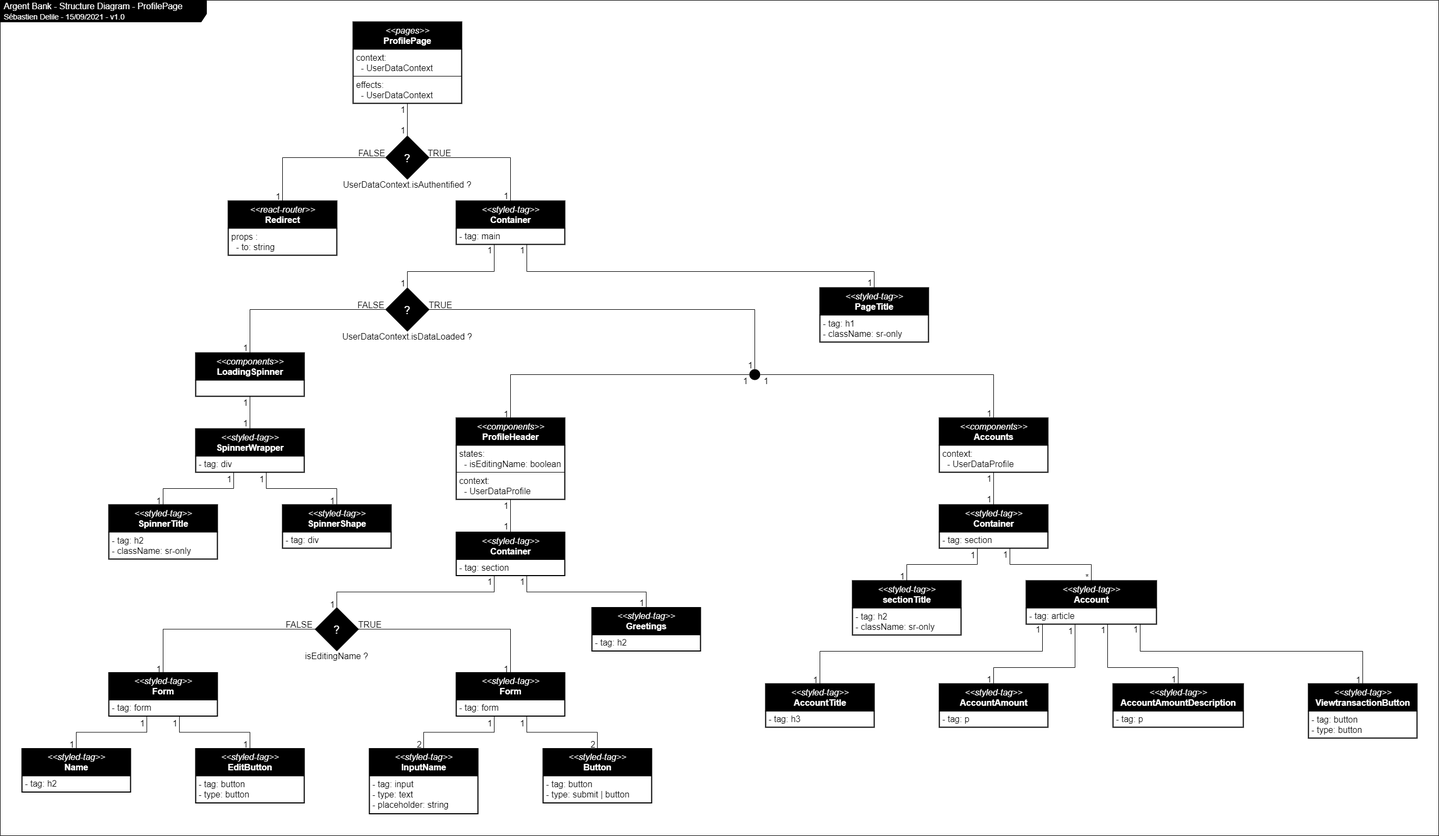
This is specs/argentBank_structure_ProfilePage.drawio.png from SebDelile/SebastienDelile_13_10092021, a draw.io export, as it was before one commit. Source tidied: cells renumbered, new cells last; positions are measured from the earlier drawing's top-left corner, leaving out a move shared by most shapes.
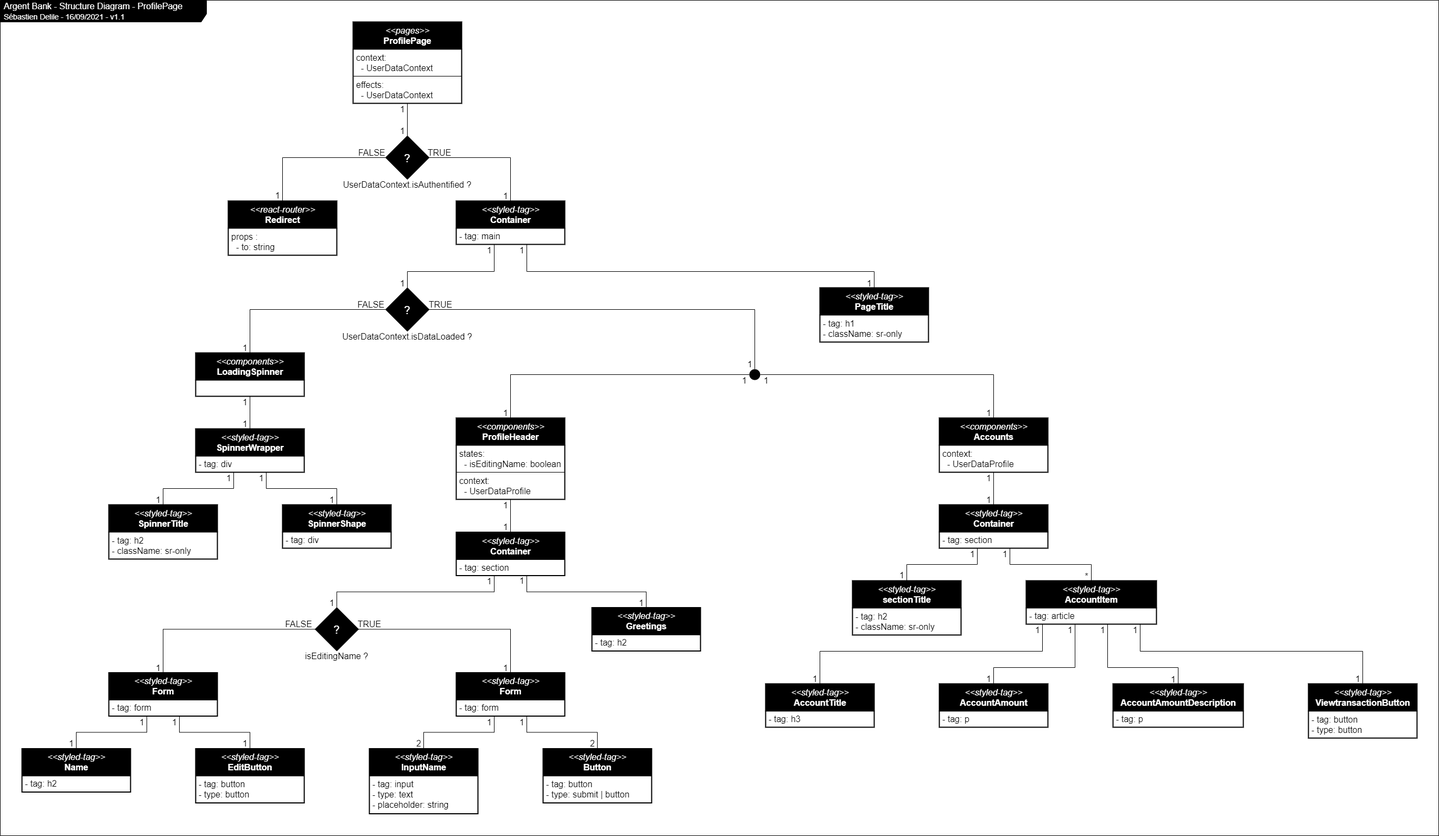
The same file after the commit.

Change to the diagram source:
```diff
@@ -2,7 +2,7 @@
   <root>
     <mxCell id="0" />
     <mxCell id="1" parent="0" />
-    <mxCell id="2" value="Argent Bank - Structure Diagram - ProfilePage&lt;br&gt;&lt;font style=&quot;font-size: 14px&quot;&gt;Sébastien Delile - 15/09/2021 - v1.0&lt;/font&gt;" style="shape=umlFrame;whiteSpace=wrap;html=1;width=380;height=40;boundedLbl=1;verticalAlign=middle;align=left;spacingLeft=5;strokeColor=#000000;fontSize=16;fillColor=#000000;fontColor=#FFFFFF;" parent="1" vertex="1">
+    <mxCell id="2" value="Argent Bank - Structure Diagram - ProfilePage&lt;br&gt;&lt;font style=&quot;font-size: 14px&quot;&gt;Sébastien Delile - 16/09/2021 - v1.1&lt;/font&gt;" style="shape=umlFrame;whiteSpace=wrap;html=1;width=380;height=40;boundedLbl=1;verticalAlign=middle;align=left;spacingLeft=5;strokeColor=#000000;fontSize=16;fillColor=#000000;fontColor=#FFFFFF;" parent="1" vertex="1">
       <mxGeometry width="2650" height="1540" as="geometry" />
     </mxCell>
     <mxCell id="3" value="&lt;i&gt;&amp;lt;&amp;lt;components&amp;gt;&amp;gt;&lt;br style=&quot;font-size: 16px&quot;&gt;&lt;/i&gt;&lt;b&gt;LoadingSpinner&lt;/b&gt;" style="swimlane;fontStyle=0;align=center;verticalAlign=top;horizontal=1;startSize=50;html=1;fillColor=#000000;fontColor=#FFFFFF;fontSize=16;separatorColor=none;swimlaneFillColor=none;perimeterSpacing=0;strokeWidth=2;strokeColor=#000000;" parent="1" vertex="1">
@@ -462,7 +462,7 @@
     <mxCell id="101" value="context:&lt;br&gt;&amp;nbsp; - UserDataProfile" style="text;html=1;fillColor=none;align=left;verticalAlign=middle;spacingLeft=4;spacingRight=4;overflow=hidden;fontColor=#000000;fontSize=16;strokeColor=#000000;" parent="100" vertex="1">
       <mxGeometry y="50" width="200" height="50" as="geometry" />
     </mxCell>
-    <mxCell id="102" value="&lt;i&gt;&amp;lt;&amp;lt;styled-tag&amp;gt;&amp;gt;&lt;br style=&quot;font-size: 16px&quot;&gt;&lt;/i&gt;&lt;b&gt;Account&lt;/b&gt;" style="swimlane;fontStyle=0;align=center;verticalAlign=top;horizontal=1;startSize=50;html=1;fillColor=#000000;fontColor=#FFFFFF;fontSize=16;separatorColor=none;swimlaneFillColor=none;perimeterSpacing=0;strokeWidth=2;strokeColor=#000000;" parent="1" vertex="1">
+    <mxCell id="102" value="&lt;i&gt;&amp;lt;&amp;lt;styled-tag&amp;gt;&amp;gt;&lt;br style=&quot;font-size: 16px&quot;&gt;&lt;/i&gt;&lt;b&gt;AccountItem&lt;/b&gt;" style="swimlane;fontStyle=0;align=center;verticalAlign=top;horizontal=1;startSize=50;html=1;fillColor=#000000;fontColor=#FFFFFF;fontSize=16;separatorColor=none;swimlaneFillColor=none;perimeterSpacing=0;strokeWidth=2;strokeColor=#000000;" parent="1" vertex="1">
       <mxGeometry x="1890" y="1070" width="240" height="80" as="geometry" />
     </mxCell>
     <mxCell id="103" value="- tag: article" style="text;html=1;fillColor=none;align=left;verticalAlign=middle;spacingLeft=4;spacingRight=4;overflow=hidden;fontColor=#000000;fontSize=16;strokeColor=#000000;" parent="102" vertex="1">
```
